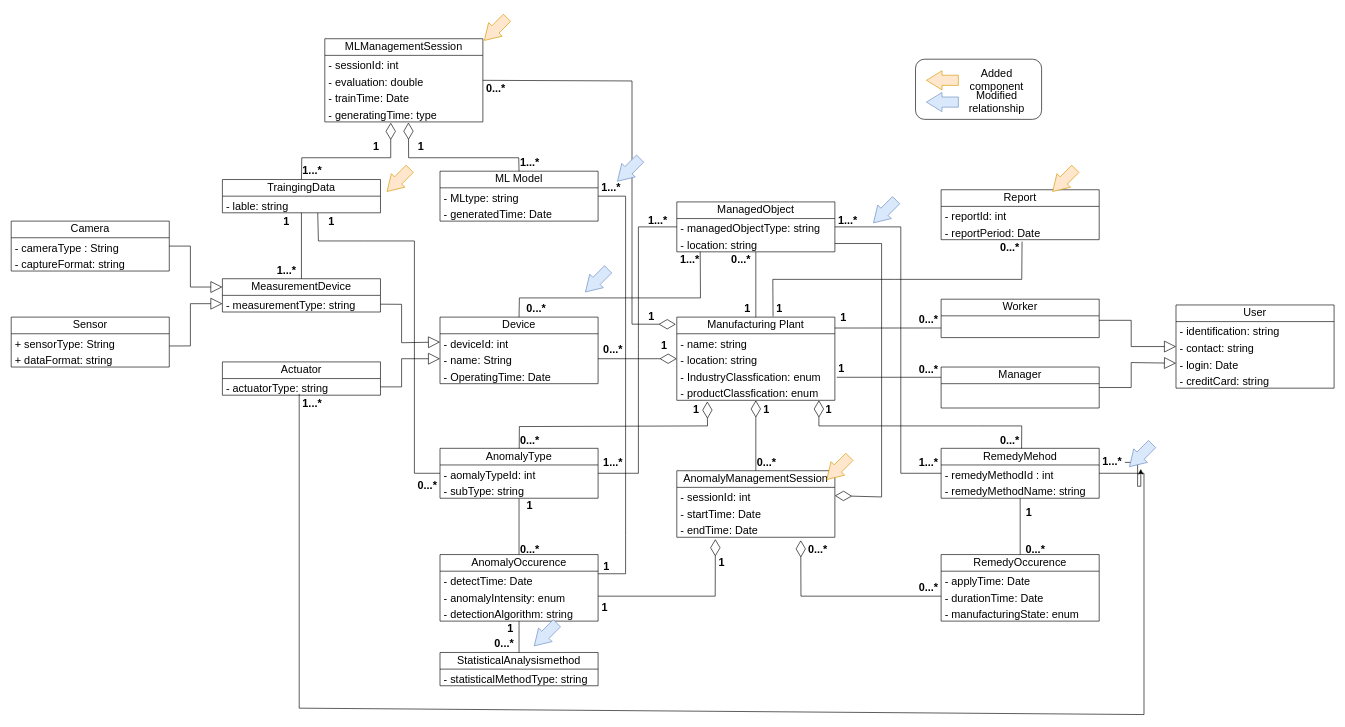
This is class_diagram_refine2.drawio from ShineSoYoung/TEST, a draw.io file, before an edit. Source tidied: cells renumbered, new cells numbered last; positions are measured from the earlier drawing's top-left corner, leaving out a move shared by most shapes. Both pictures are drawn from the tidied source at 64%, with x=0, y=0 at pixel (11, 19).
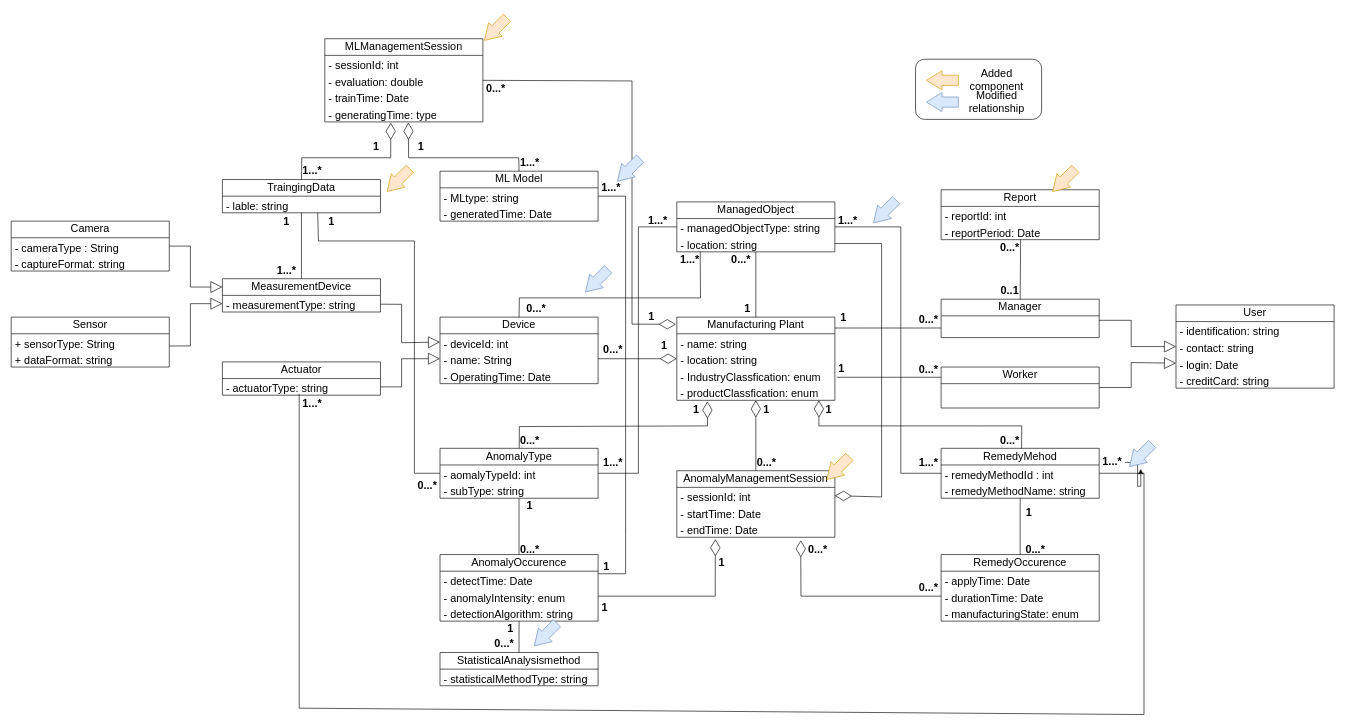
The same diagram, later.

The change refers to these unchanged cells:
```xml
<mxCell id="2" value="Manufacturing Plant" style="swimlane;fontStyle=0;horizontal=1;startSize=26;fillColor=none;whiteSpace=wrap;html=1;fontSize=17;" parent="1" vertex="1">
  <mxGeometry x="1040" y="465" width="247" height="130" as="geometry" />
</mxCell>
<mxCell id="86" value="- reportPeriod: Date" style="text;strokeColor=none;fillColor=none;align=left;verticalAlign=top;spacingLeft=4;spacingRight=4;overflow=hidden;points=[[0,0.5],[1,0.5]];portConstraint=eastwest;whiteSpace=wrap;html=1;fontSize=17;" parent="84" vertex="1">
  <mxGeometry y="52" width="247" height="26" as="geometry" />
</mxCell>
```

Change to the diagram source:
```diff
@@
-    <mxCell id="39" value="Worker" style="swimlane;fontStyle=0;horizontal=1;startSize=26;fillColor=none;whiteSpace=wrap;html=1;fontSize=17;" parent="1" vertex="1">
+    <mxCell id="39" value="Manager" style="swimlane;fontStyle=0;horizontal=1;startSize=26;fillColor=none;whiteSpace=wrap;html=1;fontSize=17;" parent="1" vertex="1">
       <mxGeometry x="1453" y="437" width="247" height="60" as="geometry" />
     </mxCell>
-    <mxCell id="40" value="Manager" style="swimlane;fontStyle=0;horizontal=1;startSize=26;fillColor=none;whiteSpace=wrap;html=1;fontSize=17;" parent="1" vertex="1">
+    <mxCell id="40" value="Worker" style="swimlane;fontStyle=0;horizontal=1;startSize=26;fillColor=none;whiteSpace=wrap;html=1;fontSize=17;" parent="1" vertex="1">
       <mxGeometry x="1453" y="543" width="247" height="64" as="geometry" />
     </mxCell>
@@
-    <mxCell id="87" style="endArrow=none;endFill=0;endSize=12;html=1;rounded=0;exitX=0.512;exitY=1.115;exitDx=0;exitDy=0;entryX=0.609;entryY=-0.008;entryDx=0;entryDy=0;exitPerimeter=0;entryPerimeter=0;fontSize=17;" parent="1" edge="1" source="86" target="2">
-      <mxGeometry relative="1" as="geometry">
-        <Array as="points">
-          <mxPoint x="1579" y="406" />
-          <mxPoint x="1380" y="406" />
-          <mxPoint x="1190" y="406" />
-        </Array>
-      </mxGeometry>
+    <mxCell id="87" style="endArrow=none;endFill=0;endSize=12;html=1;rounded=0;entryX=0.5;entryY=0;entryDx=0;entryDy=0;fontSize=17;exitX=0.503;exitY=0.985;exitDx=0;exitDy=0;exitPerimeter=0;" parent="1" edge="1" source="86" target="39">
+      <mxGeometry relative="1" as="geometry" />
     </mxCell>
@@
-    <mxCell id="115" value="1" style="text;align=center;fontStyle=1;verticalAlign=middle;spacingLeft=3;spacingRight=3;html=1;fontSize=17;" parent="1" vertex="1">
-      <mxGeometry x="1190" y="437" width="20" height="29" as="geometry" />
+    <mxCell id="115" value="0..1" style="text;align=center;fontStyle=1;verticalAlign=middle;spacingLeft=3;spacingRight=3;html=1;fontSize=17;" parent="1" vertex="1">
+      <mxGeometry x="1550" y="410" width="20" height="30" as="geometry" />
     </mxCell>
```
